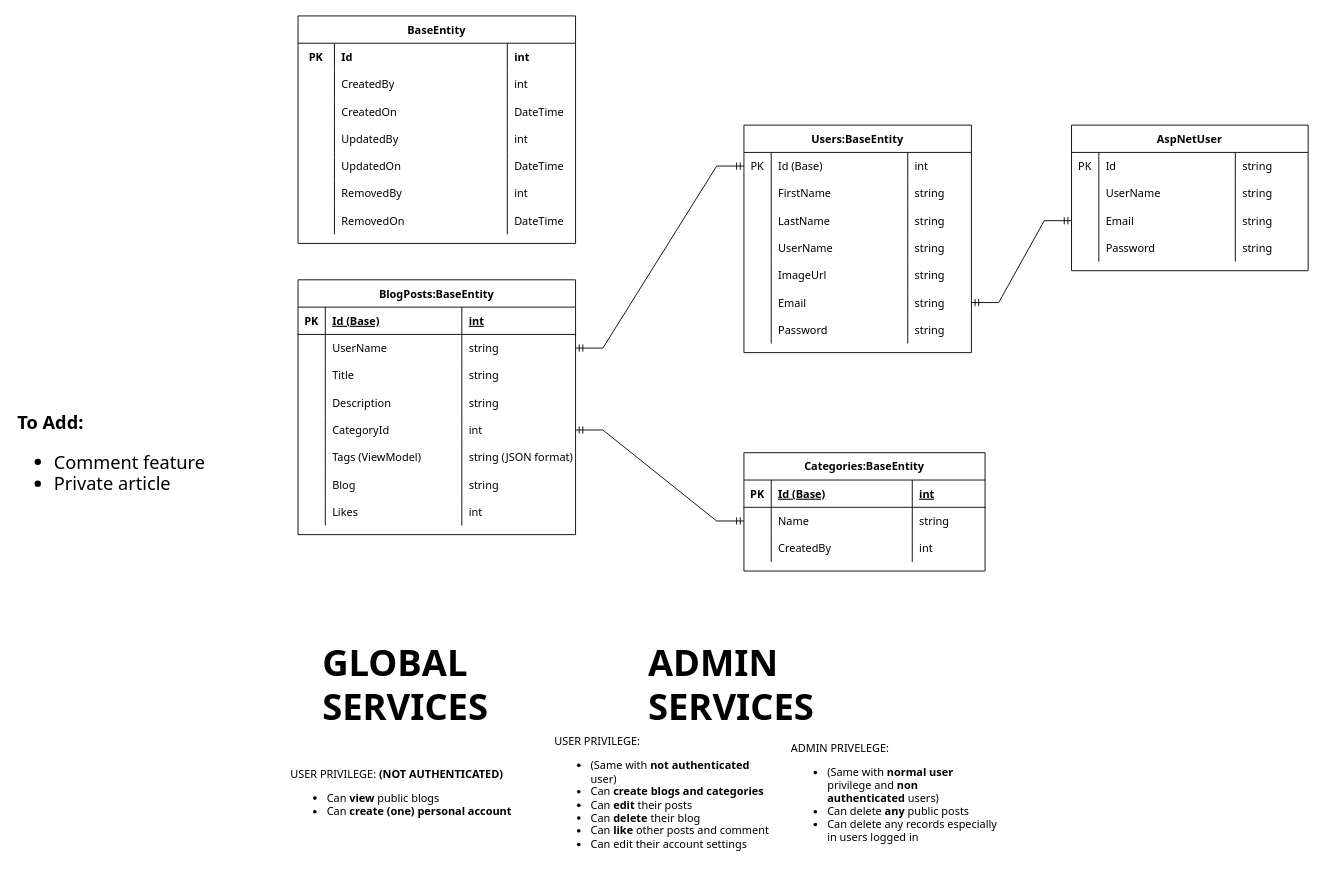
The draw.io diagram WeBlog.drawio in genebit/draw.io-diagrams, before the edit. Source tidied: cells renumbered, new cells numbered last; positions are measured from the earlier drawing's top-left corner, leaving out a move shared by most shapes. Both pictures are drawn from the tidied source at 91%, with x=0, y=0 at pixel (15, 15).
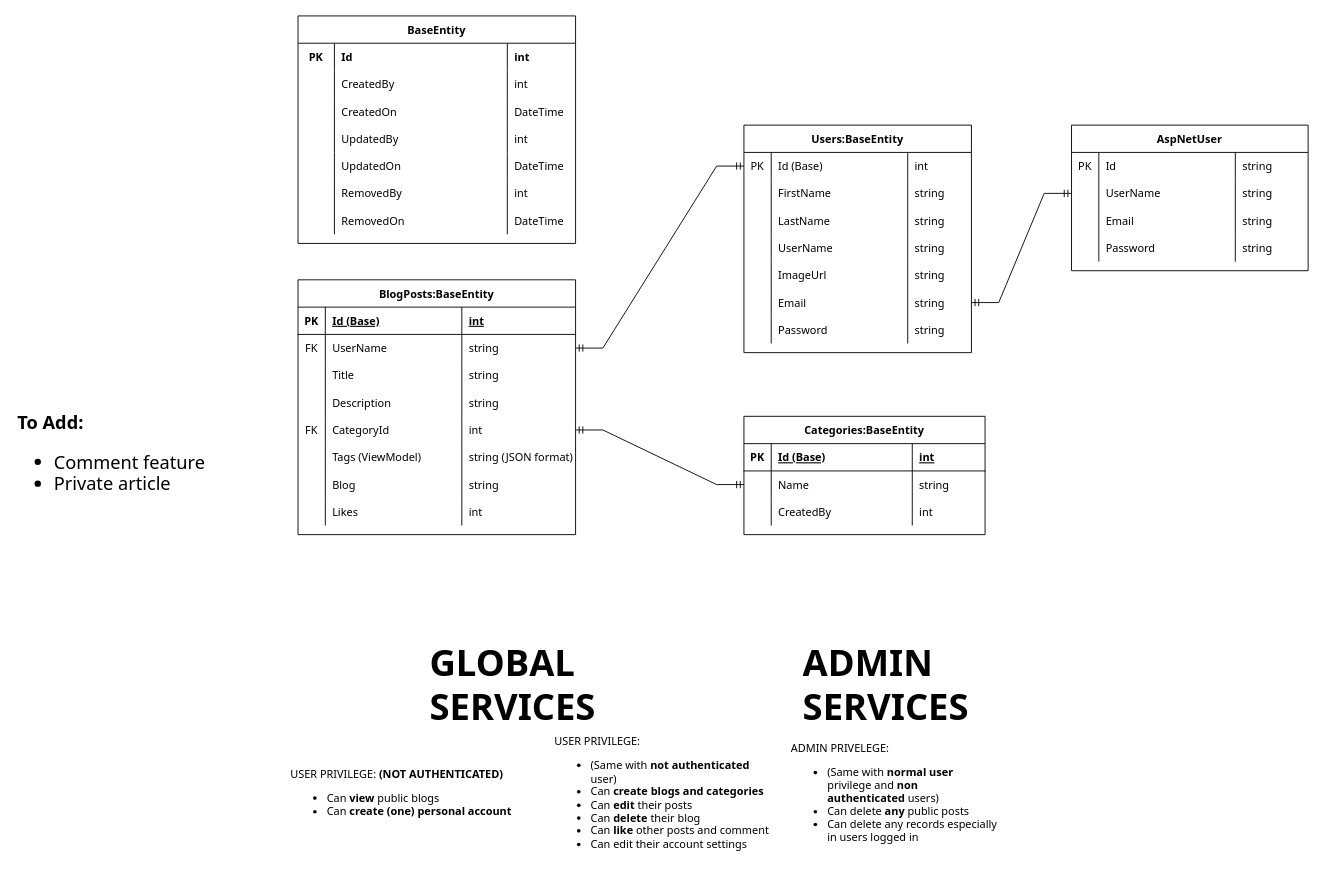
The same diagram, later.

Unchanged cells that the change refers to:
```xml
<mxCell id="7" style="shape=tableRow;horizontal=0;startSize=0;swimlaneHead=0;swimlaneBody=0;fillColor=none;points=[[0,0.5],[1,0.5]];portConstraint=eastwest;top=0;left=0;right=0;bottom=0;fontFamily=Tahoma;" parent="2" vertex="1">
  <mxGeometry y="60" width="305" height="30" as="geometry" />
</mxCell>
<mxCell id="19" style="shape=tableRow;horizontal=0;startSize=0;swimlaneHead=0;swimlaneBody=0;fillColor=none;points=[[0,0.5],[1,0.5]];portConstraint=eastwest;top=0;left=0;right=0;bottom=0;fontFamily=Tahoma;" parent="2" vertex="1">
  <mxGeometry y="150" width="305" height="30" as="geometry" />
</mxCell>
<mxCell id="56" style="shape=tableRow;horizontal=0;startSize=0;swimlaneHead=0;swimlaneBody=0;fillColor=none;points=[[0,0.5],[1,0.5]];portConstraint=eastwest;top=0;left=0;right=0;bottom=0;fontFamily=Tahoma;" parent="35" vertex="1">
  <mxGeometry y="180" width="250" height="30" as="geometry" />
</mxCell>
<mxCell id="117" style="shape=tableRow;horizontal=0;startSize=0;swimlaneHead=0;swimlaneBody=0;fillColor=none;points=[[0,0.5],[1,0.5]];portConstraint=eastwest;top=0;left=0;right=0;bottom=0;fontFamily=Tahoma;" parent="112" vertex="1">
  <mxGeometry y="60" width="260" height="30" as="geometry" />
</mxCell>
<mxCell id="121" style="shape=tableRow;horizontal=0;startSize=0;swimlaneHead=0;swimlaneBody=0;fillColor=none;points=[[0,0.5],[1,0.5]];portConstraint=eastwest;top=0;left=0;right=0;bottom=0;fontFamily=Tahoma;" parent="112" vertex="1">
  <mxGeometry y="90" width="260" height="30" as="geometry" />
</mxCell>
```

What changed in the source:
```diff
@@
-    <mxCell id="8" style="shape=partialRectangle;fillColor=none;top=0;left=0;bottom=0;right=0;overflow=hidden;fontFamily=Tahoma;" parent="7" vertex="1">
+    <mxCell id="8" value="FK" style="shape=partialRectangle;fillColor=none;top=0;left=0;bottom=0;right=0;overflow=hidden;fontFamily=Tahoma;" parent="7" vertex="1">
       <mxGeometry width="30" height="30" as="geometry" />
     </mxCell>
@@
-    <mxCell id="20" style="shape=partialRectangle;fillColor=none;top=0;left=0;bottom=0;right=0;overflow=hidden;fontFamily=Tahoma;" parent="19" vertex="1">
+    <mxCell id="20" value="FK" style="shape=partialRectangle;fillColor=none;top=0;left=0;bottom=0;right=0;overflow=hidden;fontFamily=Tahoma;" parent="19" vertex="1">
       <mxGeometry width="30" height="30" as="geometry" />
     </mxCell>
@@
     <mxCell id="64" value="Categories:BaseEntity" style="shape=table;startSize=30;childLayout=tableLayout;rowLines=0;fontStyle=1;align=center;fontFamily=Tahoma;" parent="1" vertex="1">
-      <mxGeometry x="800" y="480" width="265" height="130" as="geometry" />
+      <mxGeometry x="800" y="440" width="265" height="130" as="geometry" />
     </mxCell>
@@
     <mxCell id="110" value="&lt;h1&gt;&lt;font style=&quot;font-size: 40px;&quot;&gt;GLOBAL SERVICES&lt;/font&gt;&lt;/h1&gt;" style="text;html=1;strokeColor=none;fillColor=none;spacing=5;spacingTop=-20;whiteSpace=wrap;overflow=hidden;rounded=0;fontSize=20;fontFamily=Tahoma;" parent="1" vertex="1">
-      <mxGeometry x="332.1" y="670" width="217.9" height="130" as="geometry" />
+      <mxGeometry x="450" y="670" width="217.9" height="130" as="geometry" />
     </mxCell>
     <mxCell id="111" value="&lt;h1&gt;&lt;font style=&quot;font-size: 40px;&quot;&gt;ADMIN SERVICES&lt;/font&gt;&lt;/h1&gt;" style="text;html=1;strokeColor=none;fillColor=none;spacing=5;spacingTop=-20;whiteSpace=wrap;overflow=hidden;rounded=0;fontSize=20;fontFamily=Tahoma;" parent="1" vertex="1">
-      <mxGeometry x="690" y="670" width="210" height="130" as="geometry" />
+      <mxGeometry x="860" y="670" width="210" height="130" as="geometry" />
     </mxCell>
@@
-    <mxCell id="129" style="edgeStyle=entityRelationEdgeStyle;fontSize=12;html=1;endArrow=ERmandOne;startArrow=ERmandOne;rounded=0;exitX=1;exitY=0.5;exitDx=0;exitDy=0;entryX=0;entryY=0.5;entryDx=0;entryDy=0;fontFamily=Tahoma;" parent="1" edge="1" source="56" target="121">
+    <mxCell id="129" style="edgeStyle=entityRelationEdgeStyle;fontSize=12;html=1;endArrow=ERmandOne;startArrow=ERmandOne;rounded=0;exitX=1;exitY=0.5;exitDx=0;exitDy=0;entryX=0;entryY=0.5;entryDx=0;entryDy=0;fontFamily=Tahoma;" parent="1" edge="1" source="56" target="117">
       <mxGeometry relative="1" as="geometry" />
     </mxCell>
```
